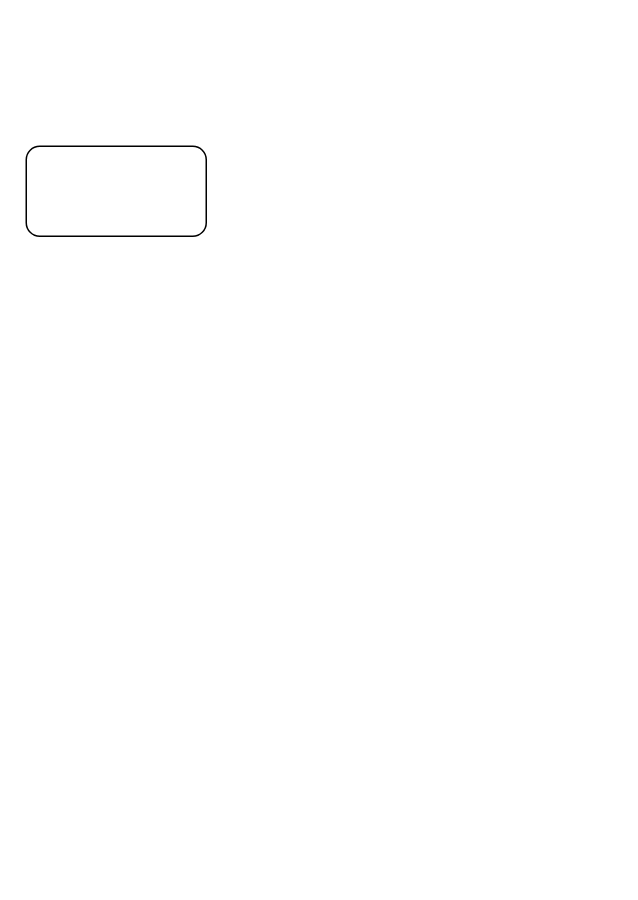
This is Untitled Diagram.drawio from hankgong/draw.io, a draw.io file, before an edit. Source tidied: cells renumbered, new cells numbered last; positions are measured from the earlier drawing's top-left corner, leaving out a move shared by most shapes. Both pictures are drawn from the tidied source at 150%, with x=0, y=0 at pixel (26, 146).
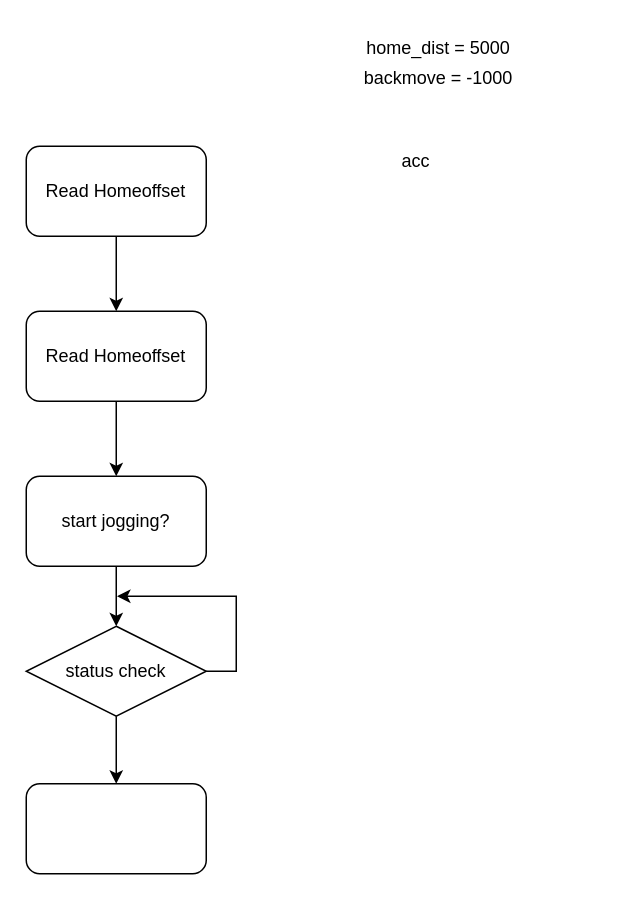
The same diagram, later.

What changed in the source:
```diff
@@
 <mxGraphModel>
   <root>
     <mxCell id="0" />
     <mxCell id="1" parent="0" />
+    <mxCell id="3" style="edgeStyle=orthogonalEdgeStyle;rounded=0;jettySize=auto;html=1;" parent="1" edge="1" source="2" target="5">
+      <mxGeometry relative="1" as="geometry" />
+    </mxCell>
-    <mxCell id="2" style="rounded=1;whiteSpace=wrap;html=1;" parent="1" vertex="1">
+    <mxCell id="2" value="Read Homeoffset" style="rounded=1;whiteSpace=wrap;html=1;" parent="1" vertex="1">
       <mxGeometry width="120" height="60" as="geometry" />
     </mxCell>
+    <mxCell id="4" style="edgeStyle=orthogonalEdgeStyle;rounded=0;jettySize=auto;html=1;" parent="1" edge="1" source="5" target="11">
+      <mxGeometry relative="1" as="geometry" />
+    </mxCell>
+    <mxCell id="5" value="Read Homeoffset" style="rounded=1;whiteSpace=wrap;html=1;" parent="1" vertex="1">
+      <mxGeometry y="110" width="120" height="60" as="geometry" />
+    </mxCell>
+    <mxCell id="6" value="home_dist = 5000" style="text;html=1;align=center;verticalAlign=middle;whiteSpace=wrap;rounded=0;" parent="1" vertex="1">
+      <mxGeometry x="160" y="-80" width="230" height="30" as="geometry" />
+    </mxCell>
+    <mxCell id="7" value="backmove = -1000" style="text;html=1;align=center;verticalAlign=middle;whiteSpace=wrap;rounded=0;" parent="1" vertex="1">
+      <mxGeometry x="160" y="-60" width="230" height="30" as="geometry" />
+    </mxCell>
+    <mxCell id="8" style="edgeStyle=orthogonalEdgeStyle;rounded=0;orthogonalLoop=1;jettySize=auto;html=1;exitX=0.5;exitY=1;exitDx=0;exitDy=0;" parent="1" edge="1" source="7" target="7">
+      <mxGeometry relative="1" as="geometry" />
+    </mxCell>
+    <mxCell id="9" value="acc" style="text;html=1;align=center;verticalAlign=middle;whiteSpace=wrap;rounded=0;" parent="1" vertex="1">
+      <mxGeometry x="230" y="-5" width="60" height="30" as="geometry" />
+    </mxCell>
+    <mxCell id="10" style="edgeStyle=orthogonalEdgeStyle;rounded=0;jettySize=auto;html=1;" parent="1" edge="1" source="11" target="14">
+      <mxGeometry relative="1" as="geometry" />
+    </mxCell>
+    <mxCell id="11" value="start jogging?" style="rounded=1;whiteSpace=wrap;html=1;" parent="1" vertex="1">
+      <mxGeometry y="220" width="120" height="60" as="geometry" />
+    </mxCell>
+    <mxCell id="12" style="edgeStyle=orthogonalEdgeStyle;rounded=0;jettySize=auto;html=1;exitX=1;exitY=0.5;exitDx=0;exitDy=0;" parent="1" edge="1" source="14">
+      <mxGeometry relative="1" as="geometry">
+        <mxPoint x="60" y="300" as="targetPoint" />
+      </mxGeometry>
+    </mxCell>
+    <mxCell id="13" style="edgeStyle=orthogonalEdgeStyle;rounded=0;jettySize=auto;html=1;" parent="1" edge="1" source="14" target="15">
+      <mxGeometry relative="1" as="geometry" />
+    </mxCell>
+    <mxCell id="14" value="status check" style="rhombus;whiteSpace=wrap;html=1;" parent="1" vertex="1">
+      <mxGeometry y="320" width="120" height="60" as="geometry" />
+    </mxCell>
+    <mxCell id="15" style="rounded=1;whiteSpace=wrap;html=1;" parent="1" vertex="1">
+      <mxGeometry y="425" width="120" height="60" as="geometry" />
+    </mxCell>
   </root>
 </mxGraphModel>
```
